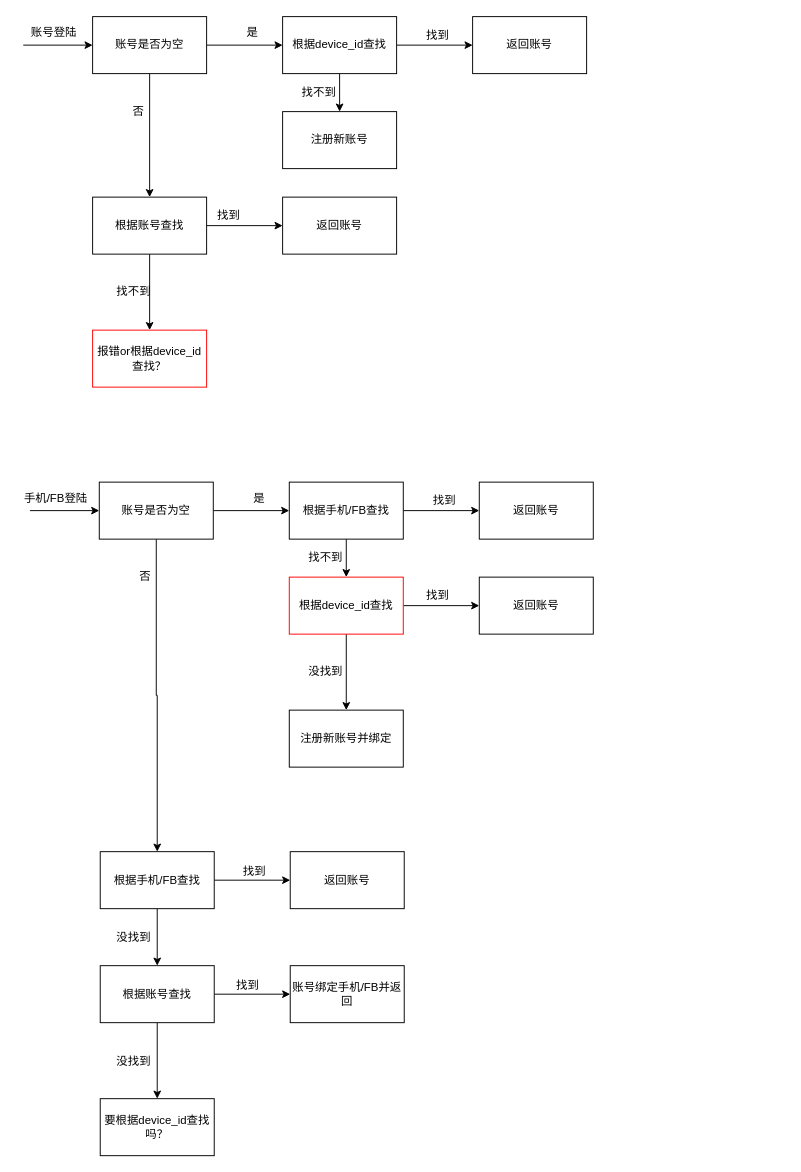
Above: 2021.drawio in swduan/szw (draw.io), before the change. Source tidied: cells renumbered, new cells numbered last; positions are measured from the earlier drawing's top-left corner, leaving out a move shared by most shapes. Both pictures are drawn from the tidied source at 95%, with x=0, y=0 at pixel (19, 16).
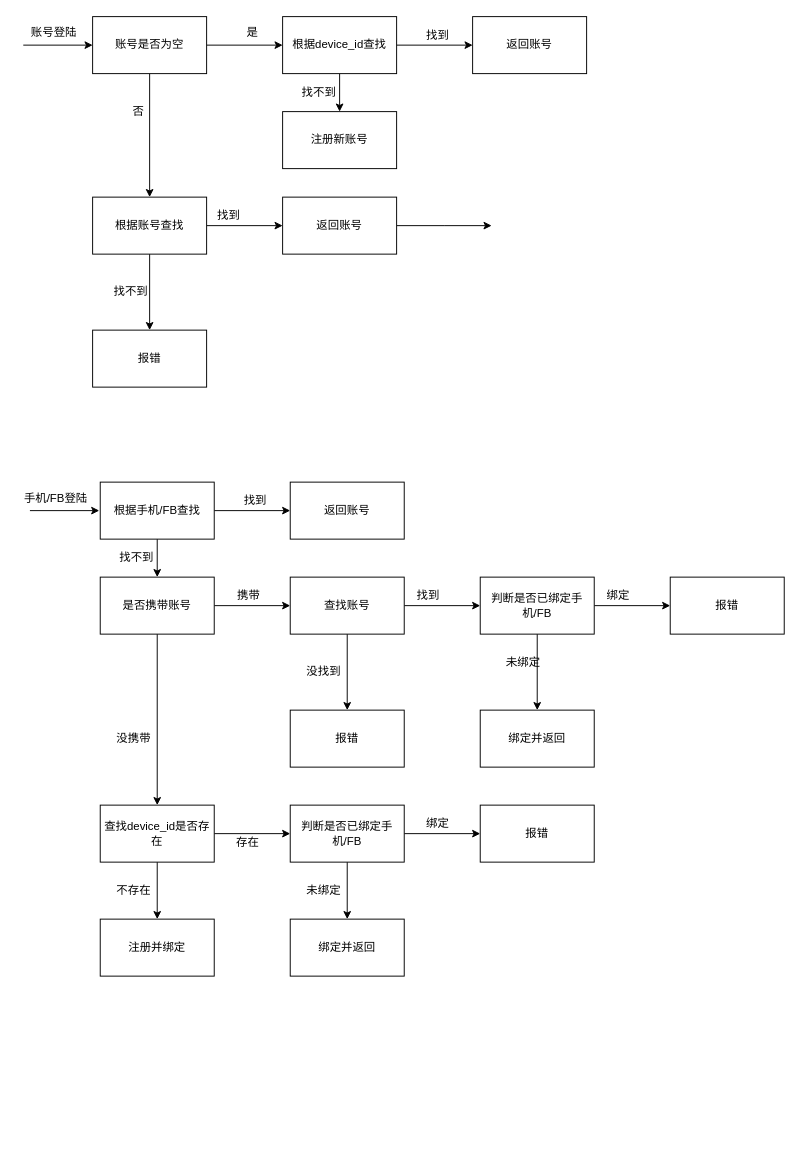
After the change.

Unchanged cells that the change refers to:
```xml
<mxCell id="19" value="返回账号" style="whiteSpace=wrap;html=1;rounded=0;" parent="1" vertex="1">
  <mxGeometry x="277" y="190" width="120" height="60" as="geometry" />
</mxCell>
```

The edit, as a diff of the source:
```diff
@@
+    <mxCell id="56" style="edgeStyle=orthogonalEdgeStyle;rounded=0;jettySize=auto;html=1;" parent="1" edge="1" source="19">
+      <mxGeometry relative="1" as="geometry">
+        <mxPoint x="497" y="220" as="targetPoint" />
+      </mxGeometry>
+    </mxCell>
@@
-    <mxCell id="21" value="报错or根据device_id查找？" style="whiteSpace=wrap;html=1;rounded=0;strokeColor=#FF0000;" parent="1" vertex="1">
+    <mxCell id="21" value="报错" style="whiteSpace=wrap;html=1;rounded=0;" parent="1" vertex="1">
       <mxGeometry x="77" y="330" width="120" height="60" as="geometry" />
     </mxCell>
     <mxCell id="22" value="找不到" style="text;html=1;align=center;verticalAlign=middle;" parent="1" vertex="1">
-      <mxGeometry x="95" y="280" width="50" height="20" as="geometry" />
+      <mxGeometry x="92" y="280" width="50" height="20" as="geometry" />
     </mxCell>
-    <mxCell id="23" style="endArrow=classic;html=1;" parent="1" edge="1" target="26">
+    <mxCell id="23" style="endArrow=classic;html=1;" parent="1" edge="1">
       <mxGeometry relative="1" as="geometry">
         <mxPoint x="11" y="520" as="sourcePoint" />
+        <mxPoint x="84" y="520" as="targetPoint" />
       </mxGeometry>
     </mxCell>
-    <mxCell id="24" style="edgeStyle=orthogonalEdgeStyle;rounded=0;jettySize=auto;html=1;" parent="1" edge="1" source="26" target="30">
-      <mxGeometry relative="1" as="geometry" />
-    </mxCell>
-    <mxCell id="25" style="edgeStyle=orthogonalEdgeStyle;rounded=0;jettySize=auto;html=1;" parent="1" edge="1" source="26" target="35">
-      <mxGeometry relative="1" as="geometry" />
-    </mxCell>
-    <mxCell id="26" value="账号是否为空" style="rounded=0;whiteSpace=wrap;html=1;" parent="1" vertex="1">
-      <mxGeometry x="84" y="490" width="120" height="60" as="geometry" />
-    </mxCell>
@@
     <mxCell id="30" value="根据手机/FB查找" style="whiteSpace=wrap;html=1;rounded=0;" parent="1" vertex="1">
-      <mxGeometry x="284" y="490" width="120" height="60" as="geometry" />
+      <mxGeometry x="85" y="490" width="120" height="60" as="geometry" />
     </mxCell>
-    <mxCell id="31" value="是" style="text;html=1;align=center;verticalAlign=middle;" parent="1" vertex="1">
-      <mxGeometry x="237" y="497" width="30" height="20" as="geometry" />
-    </mxCell>
-    <mxCell id="32" value="否" style="text;html=1;align=center;verticalAlign=middle;" parent="1" vertex="1">
-      <mxGeometry x="117" y="580" width="30" height="20" as="geometry" />
-    </mxCell>
-    <mxCell id="33" style="edgeStyle=orthogonalEdgeStyle;rounded=0;jettySize=auto;html=1;" parent="1" edge="1" source="35" target="42">
-      <mxGeometry relative="1" as="geometry" />
-    </mxCell>
-    <mxCell id="34" style="edgeStyle=orthogonalEdgeStyle;rounded=0;jettySize=auto;html=1;" parent="1" edge="1" source="35" target="46">
-      <mxGeometry relative="1" as="geometry" />
-    </mxCell>
-    <mxCell id="35" value="根据手机/FB查找" style="whiteSpace=wrap;html=1;rounded=0;" parent="1" vertex="1">
-      <mxGeometry x="85" y="879" width="120" height="60" as="geometry" />
-    </mxCell>
     <mxCell id="36" value="返回账号" style="whiteSpace=wrap;html=1;rounded=0;" parent="1" vertex="1">
-      <mxGeometry x="484" y="490" width="120" height="60" as="geometry" />
+      <mxGeometry x="285" y="490" width="120" height="60" as="geometry" />
     </mxCell>
     <mxCell id="37" value="找到" style="text;html=1;align=center;verticalAlign=middle;" parent="1" vertex="1">
-      <mxGeometry x="427" y="500" width="40" height="20" as="geometry" />
+      <mxGeometry x="228" y="500" width="40" height="20" as="geometry" />
     </mxCell>
@@
-    <mxCell id="39" style="edgeStyle=orthogonalEdgeStyle;rounded=0;jettySize=auto;html=1;" parent="1" edge="1" source="40" target="49">
-      <mxGeometry relative="1" as="geometry" />
-    </mxCell>
+    <mxCell id="57" style="edgeStyle=orthogonalEdgeStyle;rounded=0;jettySize=auto;html=1;entryX=0.5;entryY=0;entryDx=0;entryDy=0;" parent="1" edge="1" source="40" target="42">
+      <mxGeometry relative="1" as="geometry" />
+    </mxCell>
-    <mxCell id="40" value="根据device_id查找" style="whiteSpace=wrap;html=1;rounded=0;strokeColor=#FF0000;" parent="1" vertex="1">
-      <mxGeometry x="284" y="590" width="120" height="60" as="geometry" />
+    <mxCell id="40" value="是否携带账号" style="whiteSpace=wrap;html=1;rounded=0;" parent="1" vertex="1">
+      <mxGeometry x="85" y="590" width="120" height="60" as="geometry" />
     </mxCell>
     <mxCell id="41" value="找不到" style="text;html=1;align=center;verticalAlign=middle;" parent="1" vertex="1">
-      <mxGeometry x="297" y="560" width="50" height="20" as="geometry" />
+      <mxGeometry x="98" y="560" width="50" height="20" as="geometry" />
     </mxCell>
+    <mxCell id="58" style="edgeStyle=orthogonalEdgeStyle;rounded=0;jettySize=auto;html=1;entryX=0;entryY=0.5;entryDx=0;entryDy=0;" parent="1" edge="1" source="42" target="77">
+      <mxGeometry relative="1" as="geometry" />
+    </mxCell>
+    <mxCell id="59" style="edgeStyle=orthogonalEdgeStyle;rounded=0;jettySize=auto;html=1;" parent="1" edge="1" source="42" target="69">
+      <mxGeometry relative="1" as="geometry" />
+    </mxCell>
-    <mxCell id="42" value="返回账号" style="whiteSpace=wrap;html=1;rounded=0;" parent="1" vertex="1">
-      <mxGeometry x="285" y="879" width="120" height="60" as="geometry" />
+    <mxCell id="42" value="&lt;span&gt;查找device_id是否存在&lt;/span&gt;" style="whiteSpace=wrap;html=1;rounded=0;" parent="1" vertex="1">
+      <mxGeometry x="85" y="830" width="120" height="60" as="geometry" />
     </mxCell>
-    <mxCell id="43" value="没找到" style="text;html=1;align=center;verticalAlign=middle;" parent="1" vertex="1">
-      <mxGeometry x="297" y="680" width="50" height="20" as="geometry" />
+    <mxCell id="43" value="没携带" style="text;html=1;align=center;verticalAlign=middle;" parent="1" vertex="1">
+      <mxGeometry x="95" y="750" width="50" height="20" as="geometry" />
     </mxCell>
-    <mxCell id="44" style="edgeStyle=orthogonalEdgeStyle;rounded=0;jettySize=auto;html=1;" parent="1" edge="1" source="46" target="52">
-      <mxGeometry relative="1" as="geometry" />
-    </mxCell>
-    <mxCell id="45" style="edgeStyle=orthogonalEdgeStyle;rounded=0;jettySize=auto;html=1;" parent="1" edge="1" source="46" target="54">
-      <mxGeometry relative="1" as="geometry" />
-    </mxCell>
-    <mxCell id="46" value="根据账号查找" style="whiteSpace=wrap;html=1;rounded=0;" parent="1" vertex="1">
-      <mxGeometry x="85" y="999" width="120" height="60" as="geometry" />
-    </mxCell>
+    <mxCell id="60" style="edgeStyle=orthogonalEdgeStyle;rounded=0;jettySize=auto;html=1;" parent="1" edge="1" source="47" target="64">
+      <mxGeometry relative="1" as="geometry" />
+    </mxCell>
+    <mxCell id="61" style="edgeStyle=orthogonalEdgeStyle;rounded=0;jettySize=auto;html=1;" parent="1" edge="1" source="47" target="66">
+      <mxGeometry relative="1" as="geometry" />
+    </mxCell>
-    <mxCell id="47" value="&lt;span&gt;返回账号&lt;/span&gt;" style="whiteSpace=wrap;html=1;rounded=0;" parent="1" vertex="1">
-      <mxGeometry x="484" y="590" width="120" height="60" as="geometry" />
+    <mxCell id="47" value="查找账号" style="whiteSpace=wrap;html=1;rounded=0;" parent="1" vertex="1">
+      <mxGeometry x="285" y="590" width="120" height="60" as="geometry" />
     </mxCell>
-    <mxCell id="48" value="找到" style="text;html=1;align=center;verticalAlign=middle;" parent="1" vertex="1">
-      <mxGeometry x="420" y="600" width="40" height="20" as="geometry" />
+    <mxCell id="48" value="携带" style="text;html=1;align=center;verticalAlign=middle;" parent="1" vertex="1">
+      <mxGeometry x="221" y="600" width="40" height="20" as="geometry" />
     </mxCell>
-    <mxCell id="49" value="注册新账号并绑定" style="whiteSpace=wrap;html=1;rounded=0;" parent="1" vertex="1">
-      <mxGeometry x="284" y="730" width="120" height="60" as="geometry" />
-    </mxCell>
-    <mxCell id="50" value="找到" style="text;html=1;align=center;verticalAlign=middle;" parent="1" vertex="1">
-      <mxGeometry x="227" y="890" width="40" height="20" as="geometry" />
-    </mxCell>
-    <mxCell id="51" value="没找到" style="text;html=1;align=center;verticalAlign=middle;" parent="1" vertex="1">
-      <mxGeometry x="95" y="960" width="50" height="20" as="geometry" />
-    </mxCell>
-    <mxCell id="52" value="账号绑定手机/FB并返回" style="whiteSpace=wrap;html=1;rounded=0;" parent="1" vertex="1">
-      <mxGeometry x="285" y="999" width="120" height="60" as="geometry" />
-    </mxCell>
-    <mxCell id="53" value="找到" style="text;html=1;align=center;verticalAlign=middle;" parent="1" vertex="1">
-      <mxGeometry x="220" y="1010" width="40" height="20" as="geometry" />
-    </mxCell>
-    <mxCell id="54" value="要根据device_id查找吗？" style="whiteSpace=wrap;html=1;rounded=0;" parent="1" vertex="1">
-      <mxGeometry x="85" y="1139" width="120" height="60" as="geometry" />
-    </mxCell>
-    <mxCell id="55" value="没找到" style="text;html=1;align=center;verticalAlign=middle;" parent="1" vertex="1">
-      <mxGeometry x="95" y="1090" width="50" height="20" as="geometry" />
-    </mxCell>
+    <mxCell id="62" style="edgeStyle=orthogonalEdgeStyle;rounded=0;jettySize=auto;html=1;" parent="1" edge="1" source="64" target="71">
+      <mxGeometry relative="1" as="geometry" />
+    </mxCell>
+    <mxCell id="63" style="edgeStyle=orthogonalEdgeStyle;rounded=0;jettySize=auto;html=1;" parent="1" edge="1" source="64" target="73">
+      <mxGeometry relative="1" as="geometry" />
+    </mxCell>
+    <mxCell id="64" value="判断是否已绑定手机/FB" style="whiteSpace=wrap;html=1;rounded=0;" parent="1" vertex="1">
+      <mxGeometry x="485" y="590" width="120" height="60" as="geometry" />
+    </mxCell>
+    <mxCell id="65" value="找到" style="text;html=1;align=center;verticalAlign=middle;" parent="1" vertex="1">
+      <mxGeometry x="410" y="600" width="40" height="20" as="geometry" />
+    </mxCell>
+    <mxCell id="66" value="报错" style="whiteSpace=wrap;html=1;rounded=0;" parent="1" vertex="1">
+      <mxGeometry x="285" y="730" width="120" height="60" as="geometry" />
+    </mxCell>
+    <mxCell id="67" value="没找到" style="text;html=1;align=center;verticalAlign=middle;" parent="1" vertex="1">
+      <mxGeometry x="295" y="680" width="50" height="20" as="geometry" />
+    </mxCell>
+    <mxCell id="68" value="存在" style="text;html=1;align=center;verticalAlign=middle;" parent="1" vertex="1">
+      <mxGeometry x="220" y="859" width="40" height="20" as="geometry" />
+    </mxCell>
+    <mxCell id="69" value="注册并绑定" style="whiteSpace=wrap;html=1;rounded=0;" parent="1" vertex="1">
+      <mxGeometry x="85" y="950" width="120" height="60" as="geometry" />
+    </mxCell>
+    <mxCell id="70" value="不存在" style="text;html=1;align=center;verticalAlign=middle;" parent="1" vertex="1">
+      <mxGeometry x="95" y="910" width="50" height="20" as="geometry" />
+    </mxCell>
+    <mxCell id="71" value="报错" style="whiteSpace=wrap;html=1;rounded=0;" parent="1" vertex="1">
+      <mxGeometry x="685" y="590" width="120" height="60" as="geometry" />
+    </mxCell>
+    <mxCell id="72" value="绑定" style="text;html=1;align=center;verticalAlign=middle;" parent="1" vertex="1">
+      <mxGeometry x="610" y="600" width="40" height="20" as="geometry" />
+    </mxCell>
+    <mxCell id="73" value="&lt;span&gt;绑定并返回&lt;/span&gt;" style="whiteSpace=wrap;html=1;rounded=0;" parent="1" vertex="1">
+      <mxGeometry x="485" y="730" width="120" height="60" as="geometry" />
+    </mxCell>
+    <mxCell id="74" value="未绑定" style="text;html=1;align=center;verticalAlign=middle;" parent="1" vertex="1">
+      <mxGeometry x="505" y="670" width="50" height="20" as="geometry" />
+    </mxCell>
+    <mxCell id="75" style="edgeStyle=orthogonalEdgeStyle;rounded=0;jettySize=auto;html=1;" parent="1" edge="1" source="77" target="78">
+      <mxGeometry relative="1" as="geometry" />
+    </mxCell>
+    <mxCell id="76" style="edgeStyle=orthogonalEdgeStyle;rounded=0;jettySize=auto;html=1;" parent="1" edge="1" source="77" target="80">
+      <mxGeometry relative="1" as="geometry" />
+    </mxCell>
+    <mxCell id="77" value="判断是否已绑定手机/FB" style="whiteSpace=wrap;html=1;rounded=0;" parent="1" vertex="1">
+      <mxGeometry x="285" y="830" width="120" height="60" as="geometry" />
+    </mxCell>
+    <mxCell id="78" value="报错" style="whiteSpace=wrap;html=1;rounded=0;" parent="1" vertex="1">
+      <mxGeometry x="485" y="830" width="120" height="60" as="geometry" />
+    </mxCell>
+    <mxCell id="79" value="绑定" style="text;html=1;align=center;verticalAlign=middle;" parent="1" vertex="1">
+      <mxGeometry x="420" y="839" width="40" height="20" as="geometry" />
+    </mxCell>
+    <mxCell id="80" value="&lt;span&gt;绑定并返回&lt;/span&gt;" style="whiteSpace=wrap;html=1;rounded=0;" parent="1" vertex="1">
+      <mxGeometry x="285" y="950" width="120" height="60" as="geometry" />
+    </mxCell>
+    <mxCell id="81" value="未绑定" style="text;html=1;align=center;verticalAlign=middle;" parent="1" vertex="1">
+      <mxGeometry x="295" y="910" width="50" height="20" as="geometry" />
+    </mxCell>
```
